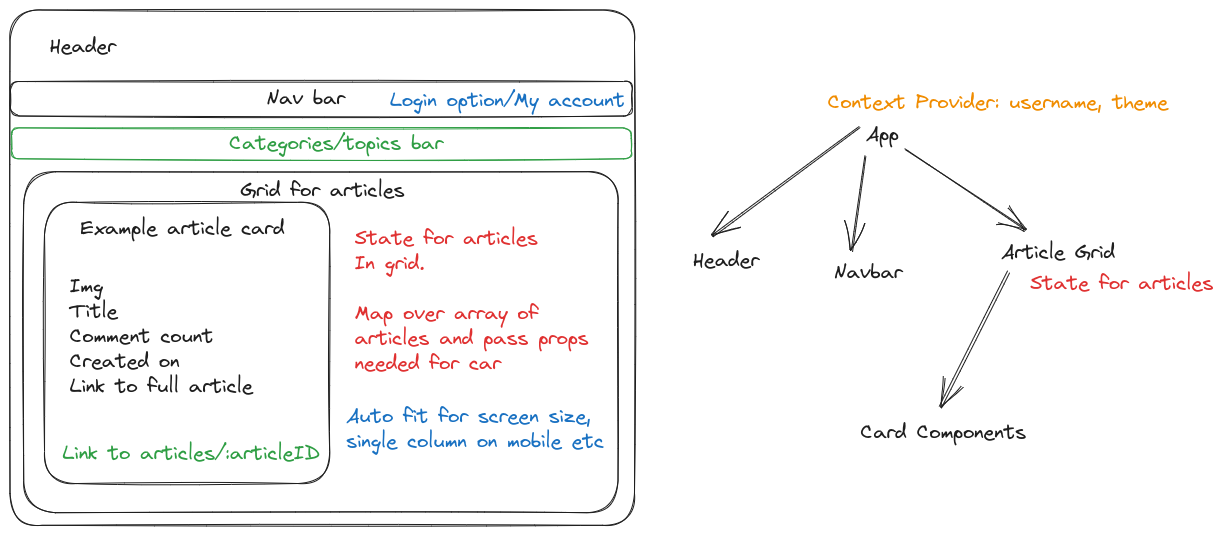
The Excalidraw diagram Wireframes/App.excalidraw.png in Domaeos/nc-news, before a commit. Source tidied: one line per element, renumbered; positions are measured from the earlier drawing's top-left corner, leaving out a move shared by most shapes. Its diagram source:
```json
{"id": 0, "type": "rectangle", "strokeColor": "#1e1e1e", "strokeWidth": 1, "roughness": 1, "round": true, "x": 0, "y": 0, "width": 624, "height": 515}
{"id": 1, "type": "rectangle", "strokeColor": "#1e1e1e", "strokeWidth": 1, "roughness": 1, "round": true, "x": 0, "y": 72, "width": 622, "height": 34}
{"id": 2, "type": "text", "text": "Header", "strokeColor": "#1e1e1e", "strokeWidth": 1, "roughness": 1, "fontSize": 20, "fontFamily": 1, "x": 40, "y": 24, "width": 66, "height": 25}
{"id": 3, "type": "text", "text": "Nav bar", "strokeColor": "#1e1e1e", "strokeWidth": 1, "roughness": 1, "fontSize": 20, "fontFamily": 1, "x": 256, "y": 76, "width": 79, "height": 25}
{"id": 4, "type": "rectangle", "strokeColor": "#1e1e1e", "strokeWidth": 1, "roughness": 1, "round": true, "x": 14, "y": 162, "width": 594, "height": 341}
{"id": 5, "type": "text", "text": "Grid for articles", "strokeColor": "#1e1e1e", "strokeWidth": 1, "roughness": 1, "fontSize": 20, "fontFamily": 1, "x": 230, "y": 168, "width": 164, "height": 25}
{"id": 6, "type": "rectangle", "strokeColor": "#1e1e1e", "strokeWidth": 1, "roughness": 1, "round": true, "x": 35, "y": 192, "width": 285, "height": 281}
{"id": 7, "type": "text", "text": "Example article card", "strokeColor": "#1e1e1e", "strokeWidth": 1, "roughness": 1, "fontSize": 20, "fontFamily": 1, "x": 71, "y": 206, "width": 204, "height": 25}
{"id": 8, "type": "text", "text": "Img\nTitle\nComment count\nCreated on\nLink to full article", "strokeColor": "#1e1e1e", "strokeWidth": 1, "roughness": 1, "fontSize": 20, "fontFamily": 1, "x": 60, "y": 264, "width": 183, "height": 125}
{"id": 9, "type": "text", "text": "App", "strokeColor": "#1e1e1e", "strokeWidth": 1, "roughness": 1, "fontSize": 20, "fontFamily": 1, "x": 856, "y": 112, "width": 33, "height": 25}
{"id": 10, "type": "text", "text": "Header", "strokeColor": "#1e1e1e", "strokeWidth": 1, "roughness": 1, "fontSize": 20, "fontFamily": 1, "x": 683, "y": 238, "width": 66, "height": 25}
{"id": 11, "type": "text", "text": "Navbar", "strokeColor": "#1e1e1e", "strokeWidth": 1, "roughness": 1, "fontSize": 20, "fontFamily": 1, "x": 824, "y": 250, "width": 69, "height": 25}
{"id": 12, "type": "text", "text": "Article Grid", "strokeColor": "#1e1e1e", "strokeWidth": 1, "roughness": 1, "fontSize": 20, "fontFamily": 1, "x": 991, "y": 230, "width": 114, "height": 25}
{"id": 13, "type": "arrow", "strokeColor": "#1e1e1e", "strokeWidth": 1, "roughness": 1, "endArrowhead": "arrow", "round": true, "from": 9, "to": 11, "x": 855, "y": 147, "width": 12, "height": 94, "points": [[0, 0], [-12, 94]]}
{"id": 14, "type": "arrow", "strokeColor": "#1e1e1e", "strokeWidth": 1, "roughness": 1, "endArrowhead": "arrow", "round": true, "from": 22, "to": 10, "x": 849, "y": 117, "width": 147, "height": 109, "points": [[0, 0], [-147, 109]]}
{"id": 15, "type": "arrow", "strokeColor": "#1e1e1e", "strokeWidth": 1, "roughness": 1, "endArrowhead": "arrow", "round": true, "from": 9, "to": 12, "x": 895, "y": 140, "width": 120, "height": 79, "points": [[0, 0], [120, 79]]}
{"id": 16, "type": "arrow", "strokeColor": "#1e1e1e", "strokeWidth": 1, "roughness": 1, "endArrowhead": "arrow", "round": true, "from": 12, "to": 17, "x": 998, "y": 262, "width": 68, "height": 135, "points": [[0, 0], [-68, 135]]}
{"id": 17, "type": "text", "text": "Card Components", "strokeColor": "#1e1e1e", "strokeWidth": 1, "roughness": 1, "fontSize": 20, "fontFamily": 1, "x": 851, "y": 410, "width": 166, "height": 25}
{"id": 18, "type": "text", "text": "State for articles \nIn grid.\n\nMap over array of \narticles and pass props\nneeded for car", "strokeColor": "#e03131", "strokeWidth": 1, "roughness": 1, "fontSize": 20, "fontFamily": 1, "x": 345, "y": 216, "width": 234, "height": 150}
{"id": 19, "type": "text", "text": "Auto fit for screen size,\nsingle column on mobile etc", "strokeColor": "#1971c2", "strokeWidth": 1, "roughness": 1, "fontSize": 20, "fontFamily": 1, "x": 336, "y": 394, "width": 258, "height": 50}
{"id": 20, "type": "text", "text": "Login option/My account", "strokeColor": "#1971c2", "strokeWidth": 1, "roughness": 1, "fontSize": 20, "fontFamily": 1, "x": 380, "y": 78, "width": 235, "height": 25}
{"id": 21, "type": "text", "text": "State for articles", "strokeColor": "#e03131", "strokeWidth": 1, "roughness": 1, "fontSize": 20, "fontFamily": 1, "x": 1020, "y": 261, "width": 183, "height": 25}
{"id": 22, "type": "text", "text": "Context Provider: username, theme", "strokeColor": "#f08c00", "strokeWidth": 1, "roughness": 1, "fontSize": 20, "fontFamily": 1, "x": 818, "y": 80, "width": 340, "height": 25}
{"id": 23, "type": "text", "text": "Link to articles/:articleID", "strokeColor": "#2f9e44", "strokeWidth": 1, "roughness": 1, "fontSize": 20, "fontFamily": 1, "x": 53, "y": 431, "width": 258, "height": 25}
{"id": 24, "type": "rectangle", "strokeColor": "#2f9e44", "strokeWidth": 1, "roughness": 1, "round": true, "x": 2, "y": 118, "width": 620, "height": 31}
{"id": 25, "type": "text", "text": "Categories/topics bar", "strokeColor": "#2f9e44", "strokeWidth": 1, "roughness": 1, "fontSize": 20, "fontFamily": 1, "x": 219, "y": 121, "width": 214, "height": 25}
```
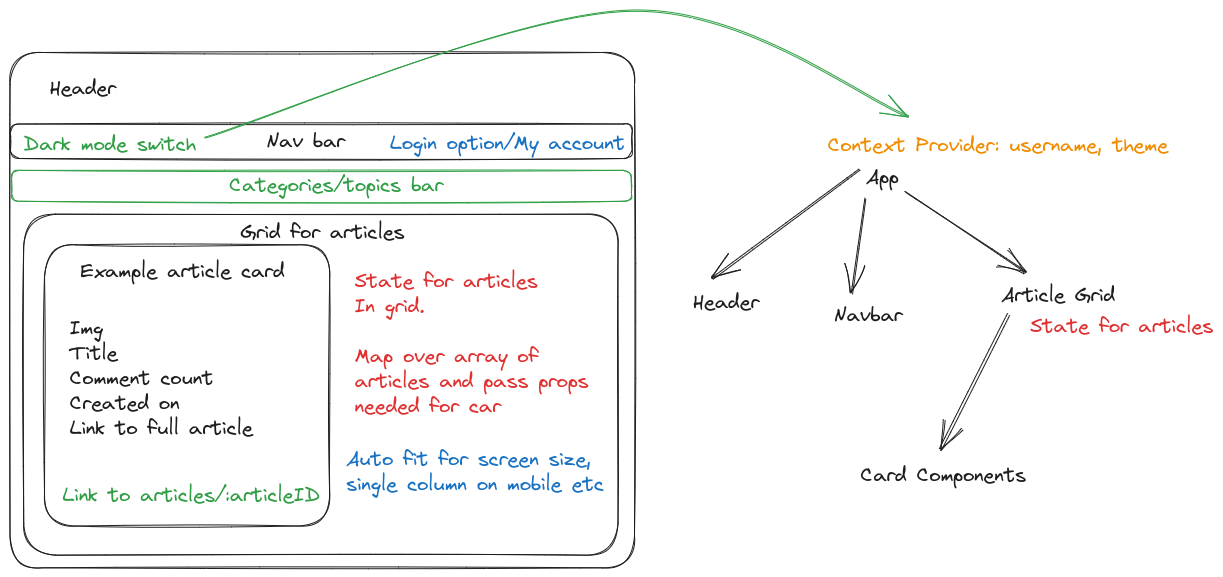
After the change.

Commit message:
Dark mode

Change to the diagram source:
```diff
@@ -24,3 +24,5 @@
 {"id": 23, "type": "text", "text": "Link to articles/:articleID", "strokeColor": "#2f9e44", "strokeWidth": 1, "roughness": 1, "fontSize": 20, "fontFamily": 1, "x": 53, "y": 431, "width": 258, "height": 25}
 {"id": 24, "type": "rectangle", "strokeColor": "#2f9e44", "strokeWidth": 1, "roughness": 1, "round": true, "x": 2, "y": 118, "width": 620, "height": 31}
 {"id": 25, "type": "text", "text": "Categories/topics bar", "strokeColor": "#2f9e44", "strokeWidth": 1, "roughness": 1, "fontSize": 20, "fontFamily": 1, "x": 219, "y": 121, "width": 214, "height": 25}
+{"id": 26, "type": "text", "text": "Dark mode switch", "strokeColor": "#2f9e44", "strokeWidth": 1, "roughness": 1, "fontSize": 20, "fontFamily": 1, "x": 14, "y": 79, "width": 172, "height": 25}
+{"id": 27, "type": "arrow", "strokeColor": "#2f9e44", "strokeWidth": 1, "roughness": 1, "endArrowhead": "arrow", "round": true, "from": 26, "x": 194, "y": 85, "width": 705, "height": 127, "points": [[0, 0], [425, -127], [705, -21]]}
```
